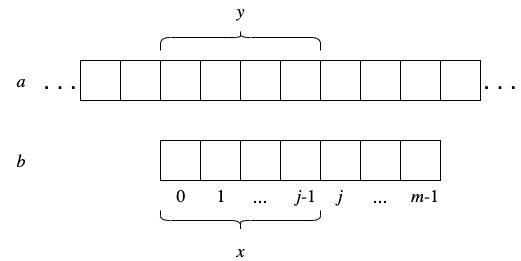
Above: kmp1.png in ppoblete/AED (draw.io), before the change. Source tidied: cells renumbered, new cells last; positions are measured from the earlier drawing's top-left corner, leaving out a move shared by most shapes.
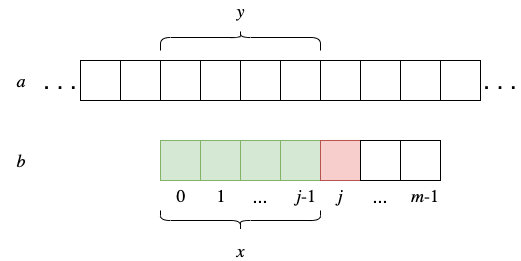
Above is the later version.

Diff of the diagram source:
```diff
@@ -32,19 +32,19 @@
     <mxCell id="11" style="whiteSpace=wrap;html=1;" parent="1" vertex="1">
       <mxGeometry x="440" y="100" width="40" height="40" as="geometry" />
     </mxCell>
-    <mxCell id="12" style="whiteSpace=wrap;html=1;" parent="1" vertex="1">
+    <mxCell id="12" style="whiteSpace=wrap;html=1;fillColor=#d5e8d4;strokeColor=#82b366;" parent="1" vertex="1">
       <mxGeometry x="160" y="180" width="40" height="40" as="geometry" />
     </mxCell>
-    <mxCell id="13" style="whiteSpace=wrap;html=1;" parent="1" vertex="1">
+    <mxCell id="13" style="whiteSpace=wrap;html=1;fillColor=#d5e8d4;strokeColor=#82b366;" parent="1" vertex="1">
       <mxGeometry x="200" y="180" width="40" height="40" as="geometry" />
     </mxCell>
-    <mxCell id="14" style="whiteSpace=wrap;html=1;" parent="1" vertex="1">
+    <mxCell id="14" style="whiteSpace=wrap;html=1;fillColor=#d5e8d4;strokeColor=#82b366;" parent="1" vertex="1">
       <mxGeometry x="240" y="180" width="40" height="40" as="geometry" />
     </mxCell>
-    <mxCell id="15" style="whiteSpace=wrap;html=1;" parent="1" vertex="1">
+    <mxCell id="15" style="whiteSpace=wrap;html=1;fillColor=#d5e8d4;strokeColor=#82b366;" parent="1" vertex="1">
       <mxGeometry x="280" y="180" width="40" height="40" as="geometry" />
     </mxCell>
-    <mxCell id="16" style="whiteSpace=wrap;html=1;" parent="1" vertex="1">
+    <mxCell id="16" style="whiteSpace=wrap;html=1;fillColor=#f8cecc;strokeColor=#b85450;" parent="1" vertex="1">
       <mxGeometry x="320" y="180" width="40" height="40" as="geometry" />
     </mxCell>
     <mxCell id="17" style="whiteSpace=wrap;html=1;" parent="1" vertex="1">
```
